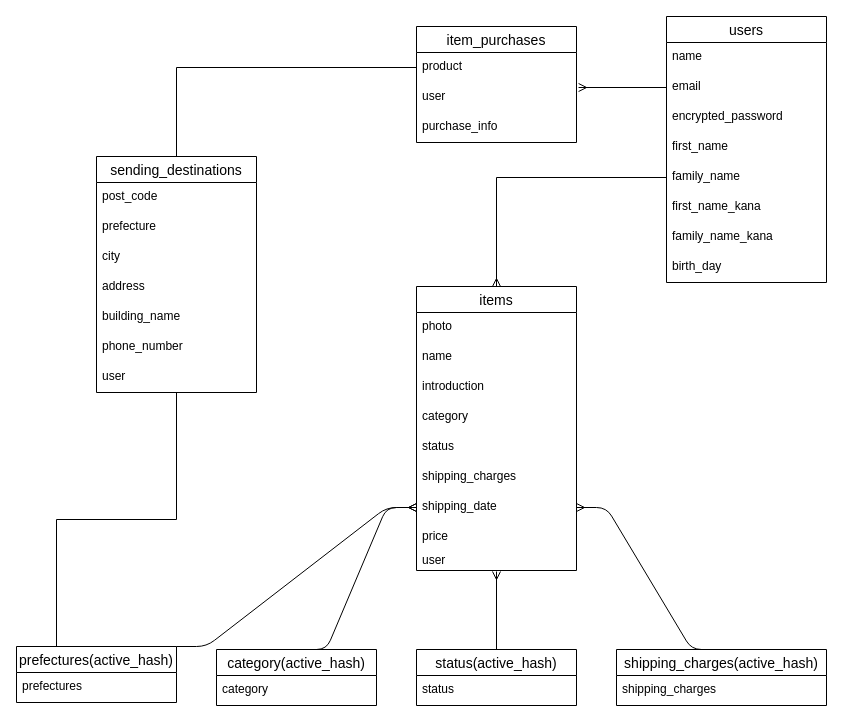
The draw.io diagram ER.dio in nitou0414/furima-29572, before the edit. Source tidied: cells renumbered, new cells numbered last; positions are measured from the earlier drawing's top-left corner, leaving out a move shared by most shapes. Both pictures are drawn from the tidied source at 100%, with x=0, y=0 at pixel (16, 16).
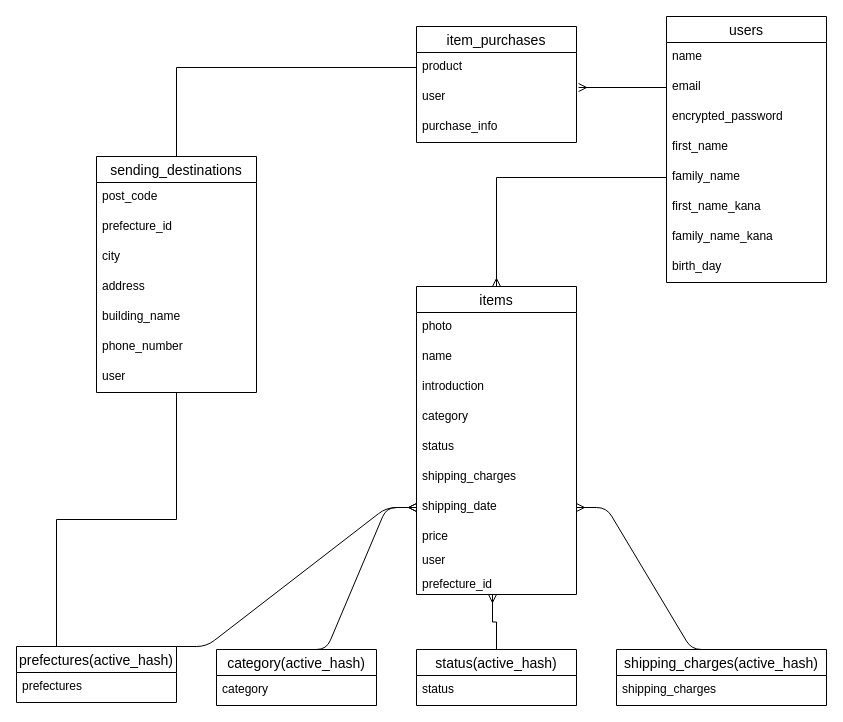
The same page after the edit.

Unchanged cells that the change refers to:
```xml
<mxCell id="20" value="user" style="text;strokeColor=none;fillColor=none;spacingLeft=4;spacingRight=4;overflow=hidden;points=[[0,0.5],[1,0.5]];portConstraint=eastwest;fontSize=12;" parent="11" vertex="1">
  <mxGeometry y="260" width="160" height="24" as="geometry" />
</mxCell>
<mxCell id="22" value="sending_destinations" style="swimlane;fontStyle=0;horizontal=1;startSize=26;align=center;fontSize=14;" parent="1" vertex="1">
  <mxGeometry x="80" y="140" width="160" height="236" as="geometry" />
</mxCell>
<mxCell id="39" value="status(active_hash)" style="swimlane;fontStyle=0;horizontal=1;startSize=26;align=center;fontSize=14;" parent="1" vertex="1">
  <mxGeometry x="400" y="633" width="160" height="56" as="geometry" />
</mxCell>
```

Diff of the diagram source:
```diff
@@
     <mxCell id="11" value="items" style="swimlane;fontStyle=0;horizontal=1;startSize=26;align=center;fontSize=14;" parent="1" vertex="1">
-      <mxGeometry x="400" y="270" width="160" height="284" as="geometry" />
+      <mxGeometry x="400" y="270" width="160" height="308" as="geometry" />
     </mxCell>
@@
+    <mxCell id="49" value="prefecture_id" style="text;strokeColor=none;fillColor=none;spacingLeft=4;spacingRight=4;overflow=hidden;points=[[0,0.5],[1,0.5]];portConstraint=eastwest;fontSize=12;" parent="11" vertex="1">
+      <mxGeometry y="284" width="160" height="24" as="geometry" />
+    </mxCell>
@@
-    <mxCell id="24" value="prefecture" style="text;strokeColor=none;fillColor=none;spacingLeft=4;spacingRight=4;overflow=hidden;fontSize=12;" parent="22" vertex="1">
+    <mxCell id="24" value="prefecture_id" style="text;strokeColor=none;fillColor=none;spacingLeft=4;spacingRight=4;overflow=hidden;fontSize=12;" parent="22" vertex="1">
       <mxGeometry y="56" width="160" height="30" as="geometry" />
     </mxCell>
@@
-    <mxCell id="38" style="edgeStyle=orthogonalEdgeStyle;rounded=0;jettySize=auto;html=1;startArrow=none;startFill=0;endArrow=ERmany;endFill=0;entryX=0.5;entryY=1.042;entryDx=0;entryDy=0;entryPerimeter=0;" parent="1" edge="1" source="39" target="20">
+    <mxCell id="38" style="edgeStyle=orthogonalEdgeStyle;rounded=0;jettySize=auto;html=1;startArrow=none;startFill=0;endArrow=ERmany;endFill=0;entryX=0.475;entryY=1;entryDx=0;entryDy=0;entryPerimeter=0;" parent="1" edge="1" source="39" target="49">
       <mxGeometry relative="1" as="geometry" />
     </mxCell>
```
